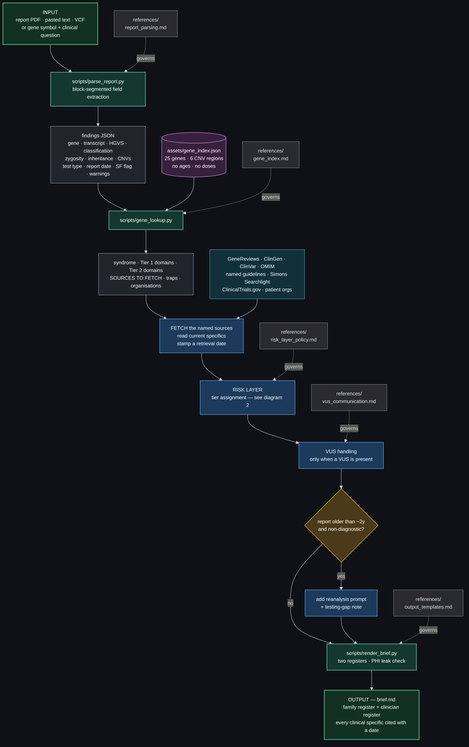
The Mermaid diagram docs/workflow.png in Domikohlh/autism_gtc_agent_skill, before a commit. Its source is kept beside it as docs/workflow.mmd.
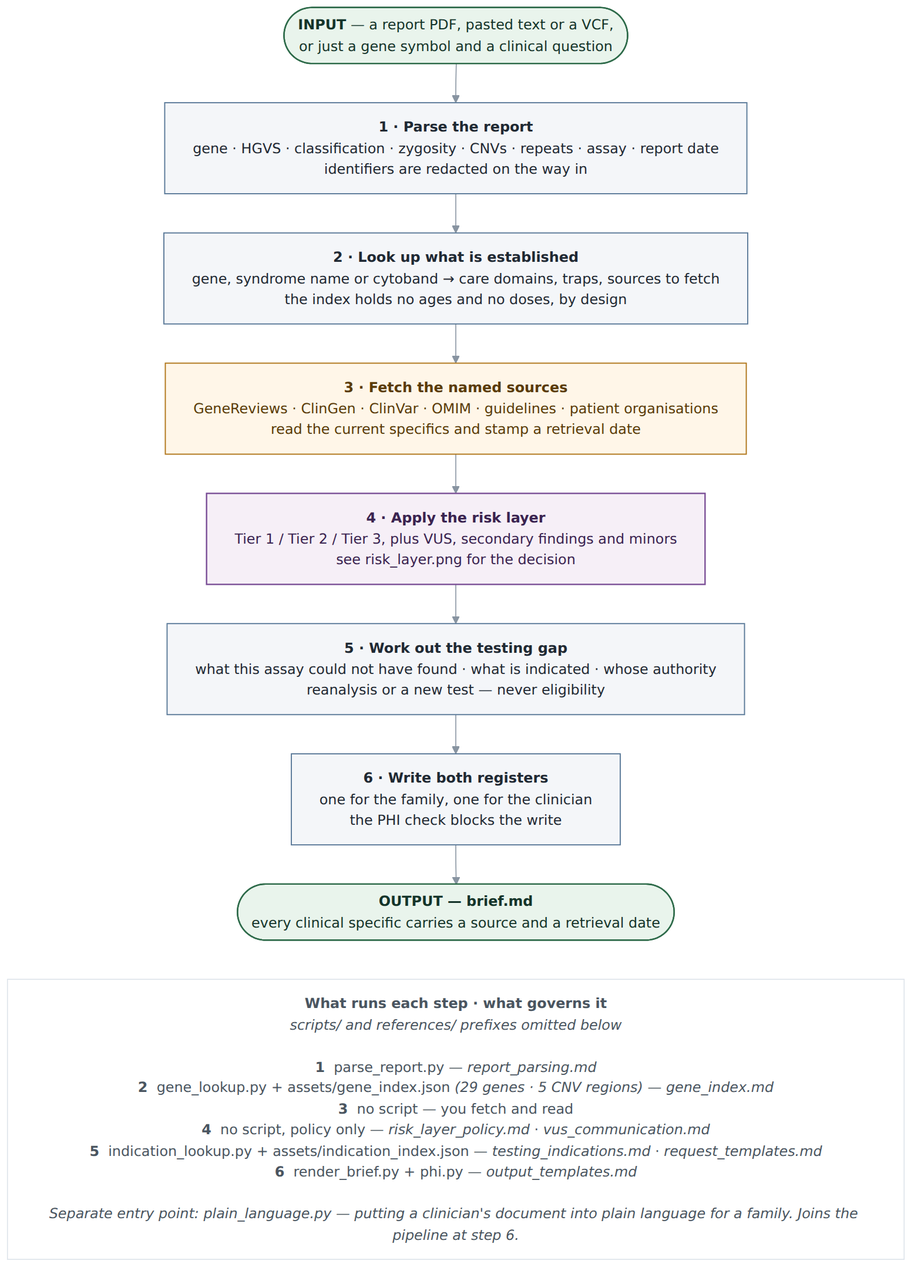
Later version of the same file.

What changed in the source:
```diff
@@ -1,32 +1,36 @@
+%%{init: {"theme":"base","themeVariables":{"fontFamily":"DejaVu Sans","fontSize":"15px","lineColor":"#8894A1","primaryTextColor":"#1F2933"},"flowchart":{"curve":"basis","nodeSpacing":36,"rankSpacing":42,"wrappingWidth":900,"htmlLabels":true}} }%%
 flowchart TD
-  IN["INPUT<br/>report PDF · pasted text · VCF<br/>or gene symbol + clinical question"]
-  IN --> P1
-  P1["scripts/parse_report.py<br/>block-segmented field extraction<br/>identifiers redacted on the way in"]
-  R1["references/<br/>report_parsing.md"] -. governs .-> P1
-  P1 --> J1["findings JSON<br/>gene · transcript · HGVS · classification<br/>zygosity · inheritance · CNVs · repeat expansions<br/>test type · labelled report date · SF flag · warnings"]
-  J1 --> P2
-  P2["scripts/gene_lookup.py<br/>gene · syndrome name · cytoband"]
-  D1[("assets/gene_index.json<br/>27 genes · 5 CNV regions<br/>no ages · no doses")] --> P2
-  R2["references/<br/>gene_index.md"] -. governs .-> P2
-  P2 --> J2["syndrome · Tier 1 domains · Tier 2 domains<br/>SOURCES TO FETCH · traps · organisations"]
-  J2 --> FETCH
-  FETCH["FETCH the named sources<br/>read current specifics<br/>stamp a retrieval date"]
-  EXT["GeneReviews · ClinGen · ClinVar · OMIM<br/>named guidelines · Simons Searchlight<br/>ClinicalTrials.gov · patient orgs"] --> FETCH
-  FETCH --> RISK
-  RISK["RISK LAYER<br/>tier assignment"]
-  R3["references/<br/>risk_layer_policy.md"] -. governs .-> RISK
-  RISK --> VUS
-  VUS["VUS handling<br/>only when a VUS is present"]
-  R4["references/<br/>vus_communication.md"] -. governs .-> VUS
-  VUS --> STALE
-  STALE{"report older than ~2y<br/>and non-diagnostic?"}
-  STALE -- yes --> RE["add reanalysis prompt"]
-  STALE -- no --> GAP
-  RE --> GAP
-  GAP["scripts/indication_lookup.py<br/>prior-assay blind spots · what is indicated<br/>whose authority — never eligibility"]
-  D2[("assets/indication_index.json<br/>no criteria · no thresholds")] --> GAP
-  R6["references/<br/>testing_indications.md"] -. governs .-> GAP
-  GAP --> P3
-  P3["scripts/render_brief.py<br/>two registers · PHI check blocks the write"]
-  R5["references/<br/>output_templates.md"] -. governs .-> P3
-  P3 --> OUT["OUTPUT — brief.md<br/>family register + clinician register<br/>every clinical specific cited with a date"]
+
+  IN(["<b>INPUT</b> — a report PDF, pasted text or a VCF,<br/>or just a gene symbol and a clinical question"])
+
+  S1["<b>1 · Parse the report</b><br/>gene · HGVS · classification · zygosity · CNVs · repeats · assay · report date<br/>identifiers are redacted on the way in"]
+
+  S2["<b>2 · Look up what is established</b><br/>gene, syndrome name or cytoband → care domains, traps, sources to fetch<br/>the index holds no ages and no doses, by design"]
+
+  S3["<b>3 · Fetch the named sources</b><br/>GeneReviews · ClinGen · ClinVar · OMIM · guidelines · patient organisations<br/>read the current specifics and stamp a retrieval date"]
+
+  S4["<b>4 · Apply the risk layer</b><br/>Tier 1 / Tier 2 / Tier 3, plus VUS, secondary findings and minors<br/>see risk_layer.png for the decision"]
+
+  S5["<b>5 · Work out the testing gap</b><br/>what this assay could not have found · what is indicated · whose authority<br/>reanalysis or a new test — never eligibility"]
+
+  S6["<b>6 · Write both registers</b><br/>one for the family, one for the clinician<br/>the PHI check blocks the write"]
+
+  OUT(["<b>OUTPUT — brief.md</b><br/>every clinical specific carries a source and a retrieval date"])
+
+  IN --> S1 --> S2 --> S3 --> S4 --> S5 --> S6 --> OUT
+
+  L["<b>What runs each step · what governs it</b><br/><i>scripts/ and references/ prefixes omitted below</i><br/><br/><b>1</b>  parse_report.py — <i>report_parsing.md</i><br/><b>2</b>  gene_lookup.py + assets/gene_index.json <i>(29 genes · 5 CNV regions)</i> — <i>gene_index.md</i><br/><b>3</b>  no script — you fetch and read<br/><b>4</b>  no script, policy only — <i>risk_layer_policy.md</i> · <i>vus_communication.md</i><br/><b>5</b>  indication_lookup.py + assets/indication_index.json — <i>testing_indications.md</i> · <i>request_templates.md</i><br/><b>6</b>  render_brief.py + phi.py — <i>output_templates.md</i><br/><br/><i>Separate entry point: plain_language.py — putting a clinician's document into plain language for a family. Joins the pipeline at step 6.</i>"]
+
+  OUT ~~~ L
+
+  classDef io fill:#E9F4EC,stroke:#2E6B4A,stroke-width:1.5px,color:#14342A;
+  classDef step fill:#F4F6F9,stroke:#5B7A99,stroke-width:1.2px,color:#1F2933;
+  classDef fetch fill:#FFF6E8,stroke:#B0761A,stroke-width:1.2px,color:#5A3B06;
+  classDef risk fill:#F6EFF7,stroke:#7A4E96,stroke-width:1.5px,color:#3A2350;
+  classDef leg fill:#FFFFFF,stroke:#DDE3EA,stroke-width:1px,color:#4A5560;
+
+  class IN,OUT io;
+  class S1,S2,S5,S6 step;
+  class S3 fetch;
+  class S4 risk;
+  class L leg;
```
